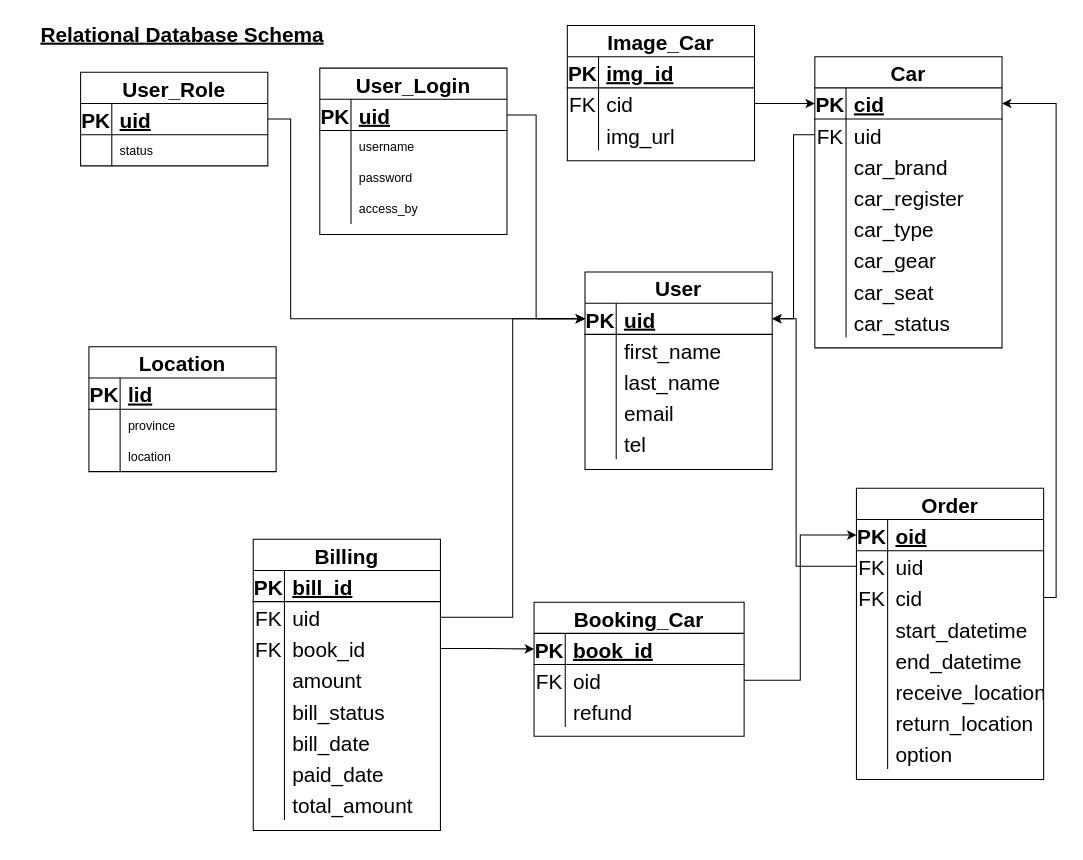
Above: page "Relational Database Schema" (2 of 2) of Online_Car_Rental_System.drawio in Werayootk/Online_Car_Rental_System (draw.io), before the change. Source tidied: cells renumbered, new cells numbered last; positions are measured from the earlier drawing's top-left corner, leaving out a move shared by most shapes. Both pictures are drawn from the tidied source at 104%, with x=0, y=0 at pixel (18, 18).
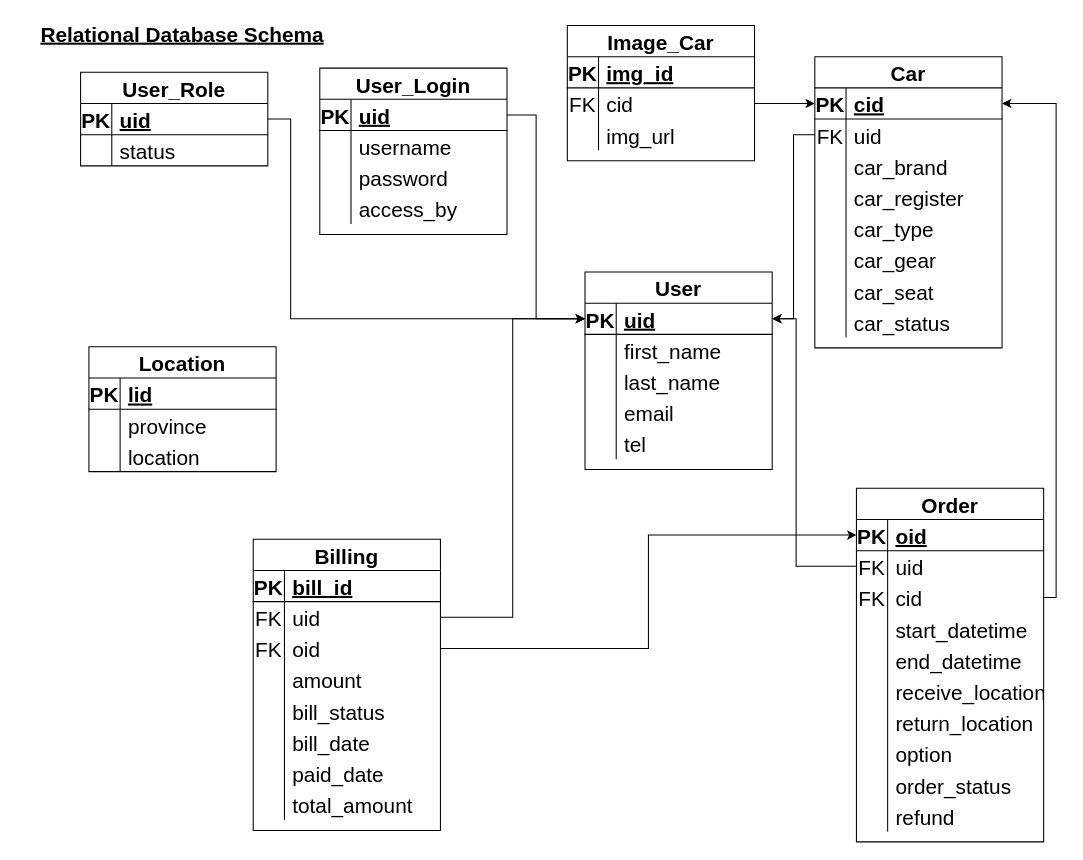
After the change.

Unchanged cells that the change refers to:
```xml
<mxCell id="23" style="shape=partialRectangle;fillColor=none;top=0;left=0;bottom=0;right=0;" parent="19" vertex="1">
  <mxGeometry y="60" width="180" height="30" as="geometry" />
</mxCell>
<mxCell id="26" value="User_Login" style="shape=table;startSize=30;childLayout=tableLayout;rowLines=0;fontStyle=1;align=center;fontSize=20;strokeColor=default;fillColor=none;" parent="1" vertex="1">
  <mxGeometry x="290" y="48" width="180" height="160" as="geometry" />
</mxCell>
<mxCell id="33" style="shape=partialRectangle;fillColor=none;top=0;left=0;bottom=0;right=0;" parent="26" vertex="1">
  <mxGeometry y="90" width="180" height="30" as="geometry" />
</mxCell>
<mxCell id="36" style="shape=partialRectangle;fillColor=none;top=0;left=0;bottom=0;right=0;" parent="26" vertex="1">
  <mxGeometry y="120" width="180" height="30" as="geometry" />
</mxCell>
<mxCell id="91" style="shape=partialRectangle;fillColor=none;top=0;left=0;bottom=0;right=0;points=[[0,0.5],[1,0.5]];portConstraint=eastwest;fontSize=20;" parent="84" vertex="1">
  <mxGeometry y="90" width="180" height="30" as="geometry" />
</mxCell>
<mxCell id="113" style="shape=partialRectangle;fillColor=none;top=0;left=0;bottom=0;right=0;" parent="109" vertex="1">
  <mxGeometry y="60" width="180" height="30" as="geometry" />
</mxCell>
<mxCell id="116" style="shape=partialRectangle;fillColor=none;top=0;left=0;bottom=0;right=0;" parent="109" vertex="1">
  <mxGeometry y="90" width="180" height="30" as="geometry" />
</mxCell>
<mxCell id="126" style="shape=partialRectangle;fillColor=none;top=0;left=0;bottom=1;right=0;points=[[0,0.5],[1,0.5]];portConstraint=eastwest;fontSize=20;strokeColor=default;" parent="125" vertex="1">
  <mxGeometry y="30" width="180" height="30" as="geometry" />
</mxCell>
```

Diff of the diagram source:
```diff
@@
-    <mxCell id="25" value="status" style="shape=partialRectangle;fillColor=none;top=0;left=0;bottom=0;right=0;align=left;spacingLeft=6;overflow=hidden;" parent="23" vertex="1">
+    <mxCell id="25" value="status" style="shape=partialRectangle;fillColor=none;top=0;left=0;bottom=0;right=0;align=left;spacingLeft=6;overflow=hidden;fontSize=20;" parent="23" vertex="1">
       <mxGeometry x="30" width="150" height="30" as="geometry" />
     </mxCell>
@@
-    <mxCell id="30" style="shape=partialRectangle;fillColor=none;top=0;left=0;bottom=0;right=0;" parent="26" vertex="1">
+    <mxCell id="30" style="shape=partialRectangle;fillColor=none;top=0;left=0;bottom=0;right=0;fontSize=20;" parent="26" vertex="1">
       <mxGeometry y="60" width="180" height="30" as="geometry" />
     </mxCell>
@@
-    <mxCell id="32" value="username" style="shape=partialRectangle;fillColor=none;top=0;left=0;bottom=0;right=0;align=left;spacingLeft=6;overflow=hidden;" parent="30" vertex="1">
+    <mxCell id="32" value="username" style="shape=partialRectangle;fillColor=none;top=0;left=0;bottom=0;right=0;align=left;spacingLeft=6;overflow=hidden;fontSize=20;" parent="30" vertex="1">
       <mxGeometry x="30" width="150" height="30" as="geometry" />
     </mxCell>
@@
-    <mxCell id="35" value="password" style="shape=partialRectangle;fillColor=none;top=0;left=0;bottom=0;right=0;align=left;spacingLeft=6;overflow=hidden;" parent="33" vertex="1">
+    <mxCell id="35" value="password" style="shape=partialRectangle;fillColor=none;top=0;left=0;bottom=0;right=0;align=left;spacingLeft=6;overflow=hidden;fontSize=20;" parent="33" vertex="1">
       <mxGeometry x="30" width="150" height="30" as="geometry" />
     </mxCell>
@@
-    <mxCell id="38" value="access_by" style="shape=partialRectangle;fillColor=none;top=0;left=0;bottom=0;right=0;align=left;spacingLeft=6;overflow=hidden;" parent="36" vertex="1">
+    <mxCell id="38" value="access_by" style="shape=partialRectangle;fillColor=none;top=0;left=0;bottom=0;right=0;align=left;spacingLeft=6;overflow=hidden;fontSize=20;" parent="36" vertex="1">
       <mxGeometry x="30" width="150" height="30" as="geometry" />
     </mxCell>
@@
-    <mxCell id="74" value="Booking_Car" style="shape=table;startSize=30;childLayout=tableLayout;rowLines=0;fontStyle=1;align=center;fontSize=20;strokeColor=default;fillColor=none;" parent="1" vertex="1">
-      <mxGeometry x="496" y="561.5" width="202" height="129" as="geometry" />
-    </mxCell>
-    <mxCell id="75" style="shape=partialRectangle;fillColor=none;top=0;left=0;bottom=1;right=0;points=[[0,0.5],[1,0.5]];portConstraint=eastwest;fontSize=20;strokeColor=default;" parent="74" vertex="1">
-      <mxGeometry y="30" width="202" height="30" as="geometry" />
-    </mxCell>
-    <mxCell id="76" value="PK" style="shape=partialRectangle;fillColor=none;top=0;left=0;bottom=0;right=0;fontStyle=1;overflow=hidden;fontSize=20;strokeColor=default;" parent="75" vertex="1">
-      <mxGeometry width="30" height="30" as="geometry" />
-    </mxCell>
-    <mxCell id="77" value="book_id" style="shape=partialRectangle;fillColor=none;top=0;left=0;bottom=0;right=0;align=left;spacingLeft=6;fontStyle=5;overflow=hidden;fontSize=20;strokeColor=default;" parent="75" vertex="1">
-      <mxGeometry x="30" width="172" height="30" as="geometry" />
-    </mxCell>
-    <mxCell id="78" style="shape=tableRow;horizontal=0;startSize=0;swimlaneHead=0;swimlaneBody=0;fillColor=none;points=[[0,0.5],[1,0.5]];portConstraint=eastwest;top=0;left=0;right=0;bottom=0;fontSize=20;" parent="74" vertex="1">
-      <mxGeometry y="60" width="202" height="30" as="geometry" />
-    </mxCell>
-    <mxCell id="79" value="FK" style="shape=partialRectangle;fillColor=none;top=0;left=0;bottom=0;right=0;fontStyle=0;overflow=hidden;fontSize=20;" parent="78" vertex="1">
-      <mxGeometry width="30" height="30" as="geometry" />
-    </mxCell>
-    <mxCell id="80" value="oid" style="shape=partialRectangle;fillColor=none;top=0;left=0;bottom=0;right=0;align=left;spacingLeft=6;fontStyle=0;overflow=hidden;fontSize=20;" parent="78" vertex="1">
-      <mxGeometry x="30" width="172" height="30" as="geometry" />
-    </mxCell>
-    <mxCell id="81" style="shape=partialRectangle;fillColor=none;top=0;left=0;bottom=0;right=0;fontSize=20;strokeColor=default;" parent="74" vertex="1">
-      <mxGeometry y="90" width="202" height="30" as="geometry" />
-    </mxCell>
-    <mxCell id="82" style="shape=partialRectangle;fillColor=none;top=0;left=0;bottom=0;right=0;overflow=hidden;fontSize=20;strokeColor=default;" parent="81" vertex="1">
-      <mxGeometry width="30" height="30" as="geometry" />
-    </mxCell>
-    <mxCell id="83" value="refund" style="shape=partialRectangle;fillColor=none;top=0;left=0;bottom=0;right=0;align=left;spacingLeft=6;overflow=hidden;fontSize=20;strokeColor=default;" parent="81" vertex="1">
-      <mxGeometry x="30" width="172" height="30" as="geometry" />
-    </mxCell>
@@
-    <mxCell id="93" value="book_id" style="shape=partialRectangle;fillColor=none;top=0;left=0;bottom=0;right=0;align=left;spacingLeft=6;fontStyle=0;overflow=hidden;fontSize=20;" parent="91" vertex="1">
+    <mxCell id="93" value="oid" style="shape=partialRectangle;fillColor=none;top=0;left=0;bottom=0;right=0;align=left;spacingLeft=6;fontStyle=0;overflow=hidden;fontSize=20;" parent="91" vertex="1">
       <mxGeometry x="30" width="150" height="30" as="geometry" />
     </mxCell>
@@
-    <mxCell id="115" value="province" style="shape=partialRectangle;fillColor=none;top=0;left=0;bottom=0;right=0;align=left;spacingLeft=6;overflow=hidden;" parent="113" vertex="1">
+    <mxCell id="115" value="province" style="shape=partialRectangle;fillColor=none;top=0;left=0;bottom=0;right=0;align=left;spacingLeft=6;overflow=hidden;fontSize=20;" parent="113" vertex="1">
       <mxGeometry x="30" width="150" height="30" as="geometry" />
     </mxCell>
@@
-    <mxCell id="118" value="location" style="shape=partialRectangle;fillColor=none;top=0;left=0;bottom=0;right=0;align=left;spacingLeft=6;overflow=hidden;" parent="116" vertex="1">
+    <mxCell id="118" value="location" style="shape=partialRectangle;fillColor=none;top=0;left=0;bottom=0;right=0;align=left;spacingLeft=6;overflow=hidden;fontSize=20;" parent="116" vertex="1">
       <mxGeometry x="30" width="150" height="30" as="geometry" />
     </mxCell>
@@
-    <mxCell id="124" style="edgeStyle=orthogonalEdgeStyle;rounded=0;jettySize=auto;html=1;exitX=1;exitY=0.5;exitDx=0;exitDy=0;entryX=0;entryY=0.5;entryDx=0;entryDy=0;fontSize=20;" parent="1" edge="1" source="91" target="75">
-      <mxGeometry relative="1" as="geometry" />
-    </mxCell>
     <mxCell id="125" value="Order" style="shape=table;startSize=30;childLayout=tableLayout;rowLines=0;fontStyle=1;align=center;fontSize=20;strokeColor=default;fillColor=none;" parent="1" vertex="1">
-      <mxGeometry x="806" y="452" width="180" height="280" as="geometry" />
+      <mxGeometry x="806" y="452" width="180" height="340" as="geometry" />
     </mxCell>
@@
+    <mxCell id="153" style="shape=tableRow;horizontal=0;startSize=0;swimlaneHead=0;swimlaneBody=0;fillColor=none;top=0;left=0;right=0;bottom=0;" parent="125" vertex="1">
+      <mxGeometry y="270" width="180" height="30" as="geometry" />
+    </mxCell>
+    <mxCell id="154" style="shape=partialRectangle;fillColor=none;top=0;left=0;bottom=0;right=0;overflow=hidden;" parent="153" vertex="1">
+      <mxGeometry width="30" height="30" as="geometry" />
+    </mxCell>
+    <mxCell id="155" value="order_status" style="shape=partialRectangle;fillColor=none;top=0;left=0;bottom=0;right=0;align=left;spacingLeft=6;overflow=hidden;fontSize=20;" parent="153" vertex="1">
+      <mxGeometry x="30" width="150" height="30" as="geometry" />
+    </mxCell>
+    <mxCell id="81" style="shape=partialRectangle;fillColor=none;top=0;left=0;bottom=0;right=0;fontSize=20;strokeColor=default;" parent="125" vertex="1">
+      <mxGeometry y="300" width="180" height="30" as="geometry" />
+    </mxCell>
+    <mxCell id="82" style="shape=partialRectangle;fillColor=none;top=0;left=0;bottom=0;right=0;overflow=hidden;fontSize=20;strokeColor=default;" parent="81" vertex="1">
+      <mxGeometry width="30" height="30" as="geometry" />
+    </mxCell>
+    <mxCell id="83" value="refund" style="shape=partialRectangle;fillColor=none;top=0;left=0;bottom=0;right=0;align=left;spacingLeft=6;overflow=hidden;fontSize=20;strokeColor=default;" parent="81" vertex="1">
+      <mxGeometry x="30" width="150" height="30" as="geometry" />
+    </mxCell>
@@
-    <mxCell id="152" style="edgeStyle=orthogonalEdgeStyle;rounded=0;jettySize=auto;html=1;exitX=1;exitY=0.5;exitDx=0;exitDy=0;entryX=0;entryY=0.5;entryDx=0;entryDy=0;fontSize=20;" parent="1" edge="1" source="78" target="126">
-      <mxGeometry relative="1" as="geometry" />
-    </mxCell>
+    <mxCell id="156" style="shape=partialRectangle;fillColor=none;top=0;left=0;bottom=0;right=0;fontSize=20;strokeColor=default;" parent="1" vertex="1">
+      <mxGeometry x="475" y="725" width="202" height="30" as="geometry" />
+    </mxCell>
+    <mxCell id="157" style="shape=partialRectangle;fillColor=none;top=0;left=0;bottom=0;right=0;overflow=hidden;fontSize=20;strokeColor=default;" parent="156" vertex="1">
+      <mxGeometry width="30" height="30" as="geometry" />
+    </mxCell>
+    <mxCell id="158" style="edgeStyle=orthogonalEdgeStyle;rounded=0;jettySize=auto;html=1;entryX=0;entryY=0.5;entryDx=0;entryDy=0;fontSize=20;" parent="1" edge="1" source="91" target="126">
+      <mxGeometry relative="1" as="geometry" />
+    </mxCell>
```
